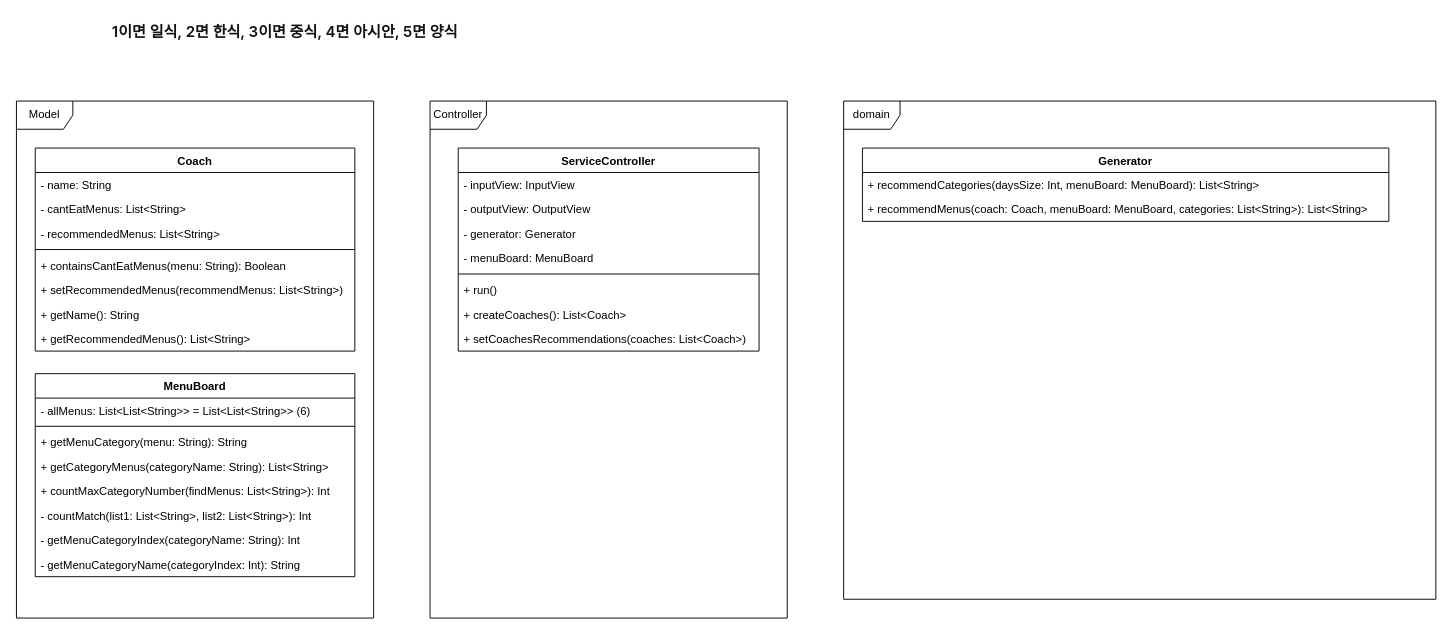
Before: docs/Diagram_Menu.drawio in otter66/kotlin-menu, a draw.io diagram. Source tidied: cells renumbered, new cells numbered last; positions are measured from the earlier drawing's top-left corner, leaving out a move shared by most shapes. Both pictures are drawn from the tidied source at 94%, with x=0, y=0 at pixel (16, 16).
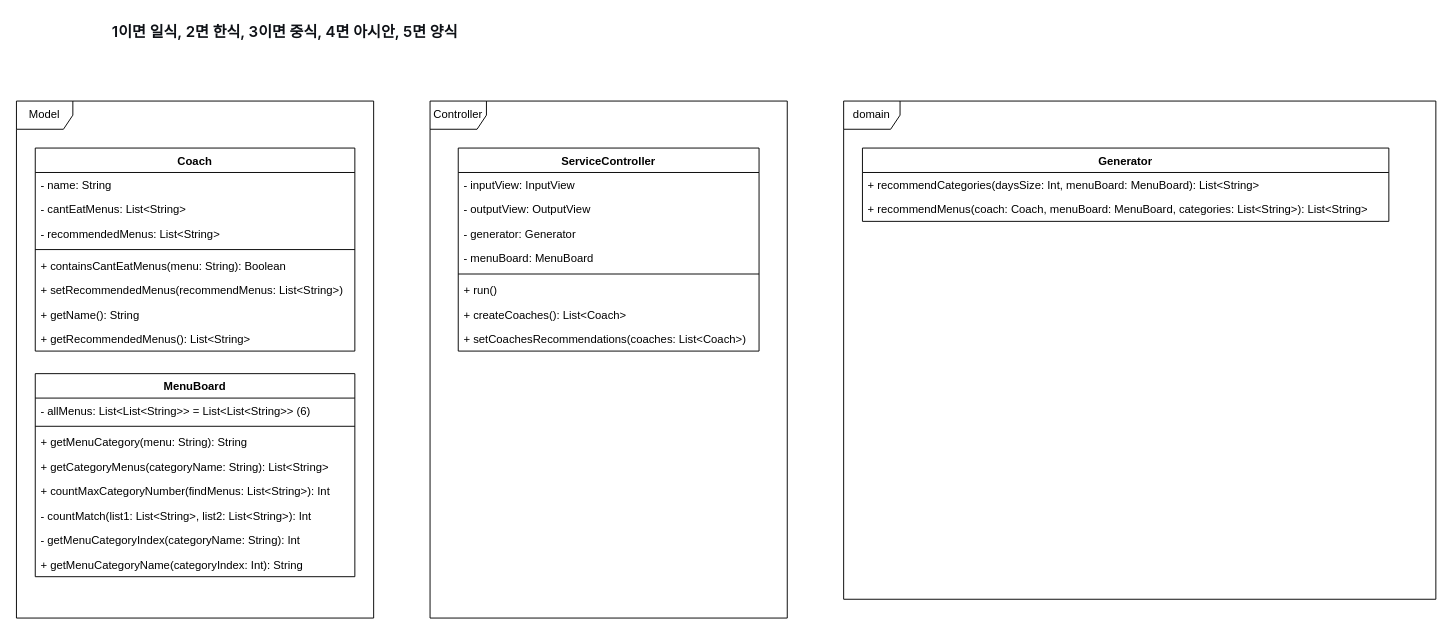
The same page after the edit.

Commit message:
docs: 다이어그램 업데이트

Unchanged cells that the change refers to:
```xml
<mxCell id="13" value="MenuBoard" style="swimlane;fontStyle=1;align=center;verticalAlign=top;horizontal=1;startSize=26;" parent="1" vertex="1">
  <mxGeometry x="20" y="380" width="340" height="216" as="geometry" />
</mxCell>
```

The edit, as a diff of the source:
```diff
@@
-    <mxCell id="21" value="- getMenuCategoryName(categoryIndex: Int): String" style="text;strokeColor=none;fillColor=none;align=left;verticalAlign=top;spacingLeft=4;spacingRight=4;overflow=hidden;" parent="13" vertex="1">
+    <mxCell id="21" value="+ getMenuCategoryName(categoryIndex: Int): String" style="text;strokeColor=none;fillColor=none;align=left;verticalAlign=top;spacingLeft=4;spacingRight=4;overflow=hidden;" parent="13" vertex="1">
       <mxGeometry y="190" width="340" height="26" as="geometry" />
     </mxCell>
```
